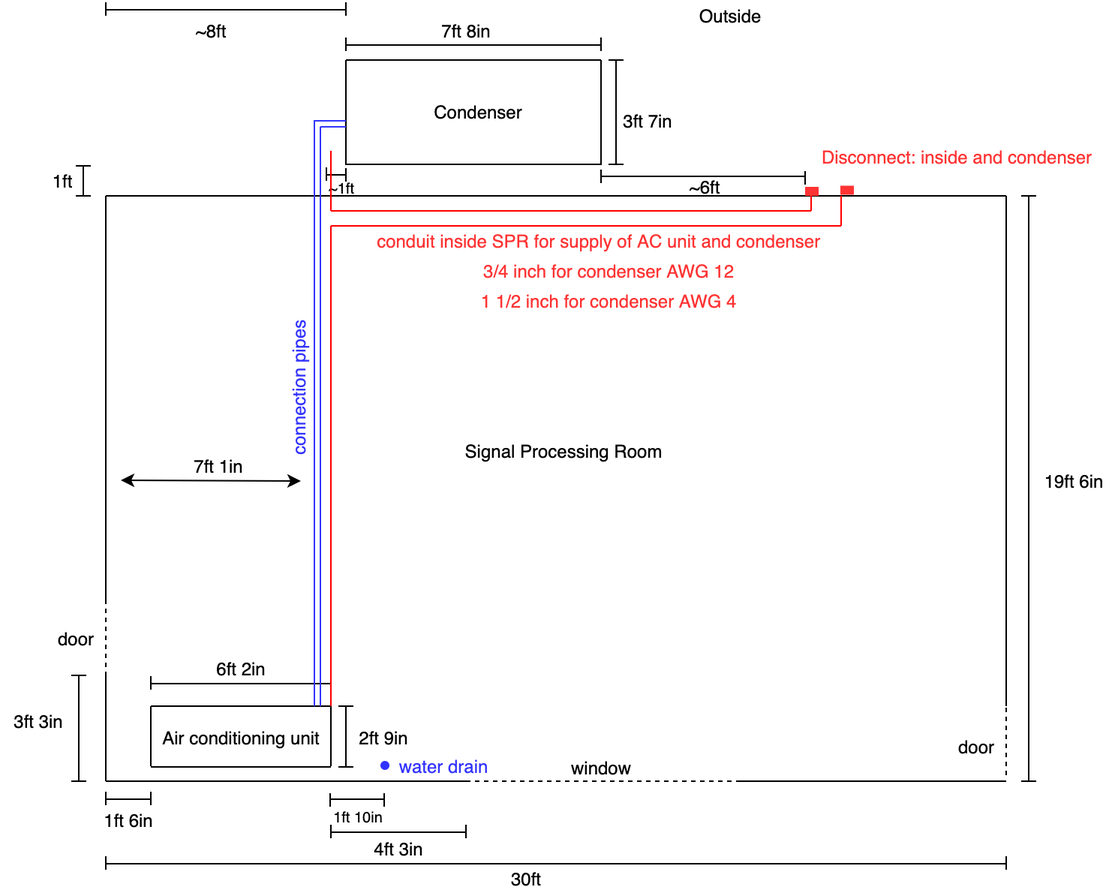
The draw.io diagram HVAC-Signal-Processing-Room/Signal Processing Room2.png in SETIatHCRO/Front-Page, before a commit. Source tidied: cells renumbered, new cells last; positions are measured from the earlier drawing's top-left corner, leaving out a move shared by most shapes.
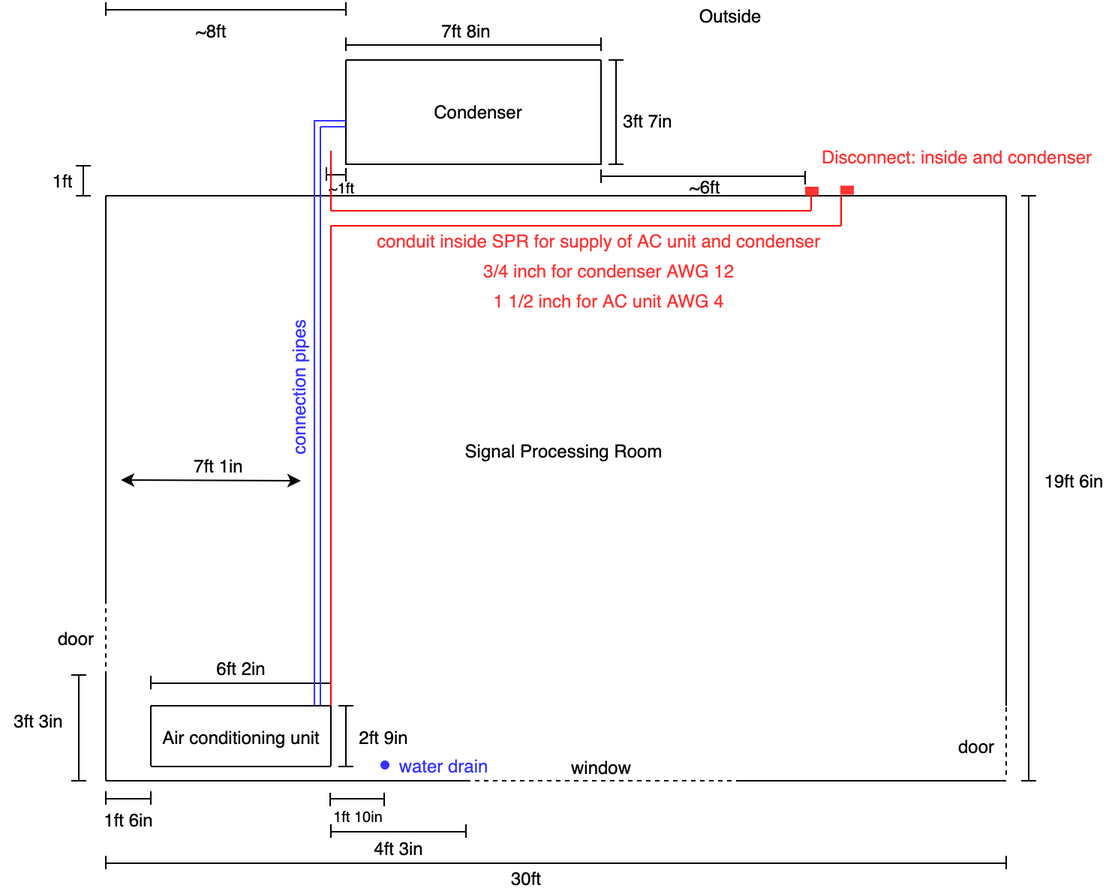
After the change.

Diff of the diagram source:
```diff
@@ -515,8 +515,8 @@
     <mxCell id="102" value="&lt;font color=&quot;#ff3333&quot;&gt;3/4 inch for condenser AWG 12&lt;/font&gt;" style="text;html=1;align=center;verticalAlign=middle;" parent="1" vertex="1">
       <mxGeometry x="315" y="170" width="180" height="20" as="geometry" />
     </mxCell>
-    <mxCell id="103" value="&lt;font color=&quot;#ff3333&quot;&gt;1 1/2 inch for condenser AWG 4&lt;/font&gt;" style="text;html=1;align=center;verticalAlign=middle;" parent="1" vertex="1">
-      <mxGeometry x="310" y="190" width="190" height="20" as="geometry" />
+    <mxCell id="103" value="&lt;font color=&quot;#ff3333&quot;&gt;1 1/2 inch for AC unit AWG 4&lt;/font&gt;" style="text;html=1;align=center;verticalAlign=middle;" parent="1" vertex="1">
+      <mxGeometry x="320" y="190" width="170" height="20" as="geometry" />
     </mxCell>
   </root>
 </mxGraphModel>
```
